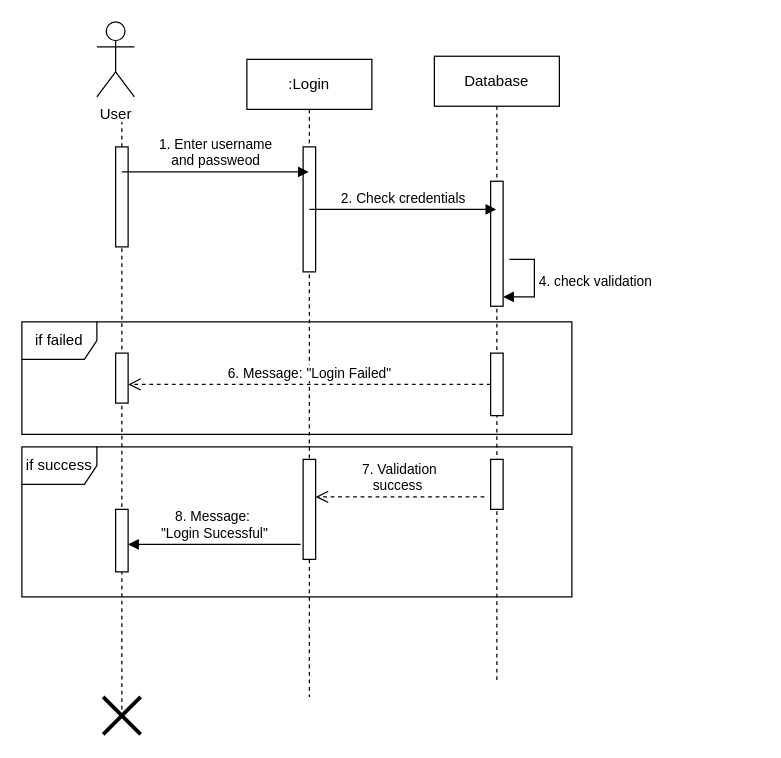
Earlier version of the draw.io diagram page "Login" (2 of 15) of Sequence Diagram.drawio (shamim36/Final-Defence-Diagram). Source tidied: cells renumbered, new cells numbered last; positions are measured from the earlier drawing's top-left corner, leaving out a move shared by most shapes. Both pictures are drawn from the tidied source at 125%, with x=0, y=0 at pixel (21, 21).
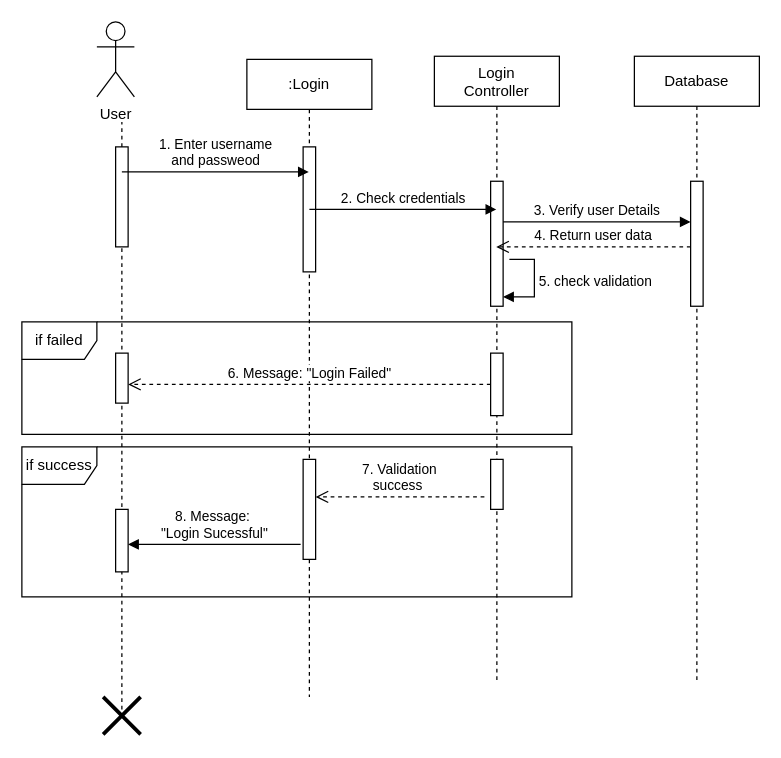
Above is the later version.

What changed in the source:
```diff
@@
-    <mxCell id="4" value="Database" style="shape=umlLifeline;perimeter=lifelinePerimeter;whiteSpace=wrap;html=1;outlineConnect=0;portConstraint=eastwest;newEdgeStyle={&quot;edgeStyle&quot;:&quot;elbowEdgeStyle&quot;,&quot;elbow&quot;:&quot;vertical&quot;,&quot;curved&quot;:0,&quot;rounded&quot;:0};" parent="1" vertex="1">
+    <mxCell id="4" value="Login&lt;div&gt;Controller&lt;/div&gt;" style="shape=umlLifeline;perimeter=lifelinePerimeter;whiteSpace=wrap;html=1;outlineConnect=0;portConstraint=eastwest;newEdgeStyle={&quot;edgeStyle&quot;:&quot;elbowEdgeStyle&quot;,&quot;elbow&quot;:&quot;vertical&quot;,&quot;curved&quot;:0,&quot;rounded&quot;:0};" parent="1" vertex="1">
       <mxGeometry x="330" y="27.5" width="100" height="500" as="geometry" />
     </mxCell>
@@
-    <mxCell id="19" value="4. check validation" style="html=1;align=left;spacingLeft=2;endArrow=block;rounded=0;edgeStyle=orthogonalEdgeStyle;curved=0;rounded=0;" parent="1" edge="1">
+    <mxCell id="19" value="5. check validation" style="html=1;align=left;spacingLeft=2;endArrow=block;rounded=0;edgeStyle=orthogonalEdgeStyle;curved=0;rounded=0;" parent="1" edge="1">
       <mxGeometry relative="1" as="geometry">
         <mxPoint x="390" y="190" as="sourcePoint" />
         <mxPoint x="385" y="220" as="targetPoint" />
         <Array as="points">
           <mxPoint x="410" y="220" />
         </Array>
       </mxGeometry>
     </mxCell>
@@
+    <mxCell id="24" value="Database" style="shape=umlLifeline;perimeter=lifelinePerimeter;whiteSpace=wrap;html=1;newEdgeStyle={&quot;edgeStyle&quot;:&quot;elbowEdgeStyle&quot;,&quot;elbow&quot;:&quot;vertical&quot;,&quot;curved&quot;:0,&quot;rounded&quot;:0};" parent="1" vertex="1">
+      <mxGeometry x="490" y="27.5" width="100" height="500" as="geometry" />
+    </mxCell>
+    <mxCell id="25" style="html=1;perimeter=orthogonalPerimeter;targetShapes=umlLifeline;newEdgeStyle={&quot;edgeStyle&quot;:&quot;elbowEdgeStyle&quot;,&quot;elbow&quot;:&quot;vertical&quot;,&quot;curved&quot;:0,&quot;rounded&quot;:0};" parent="24" vertex="1">
+      <mxGeometry x="45" y="100" width="10" height="100" as="geometry" />
+    </mxCell>
+    <mxCell id="26" value="3. Verify user Details" style="html=1;verticalAlign=bottom;endArrow=block;curved=0;rounded=0;" parent="1" edge="1">
+      <mxGeometry relative="1" as="geometry">
+        <mxPoint x="385" y="160" as="sourcePoint" />
+        <mxPoint x="535" y="160" as="targetPoint" />
+      </mxGeometry>
+    </mxCell>
+    <mxCell id="27" value="4. Return user data" style="html=1;verticalAlign=bottom;endArrow=open;dashed=1;endSize=8;curved=0;rounded=0;" parent="1" edge="1" target="4">
+      <mxGeometry relative="1" as="geometry">
+        <mxPoint x="535" y="180" as="sourcePoint" />
+      </mxGeometry>
+    </mxCell>
```
